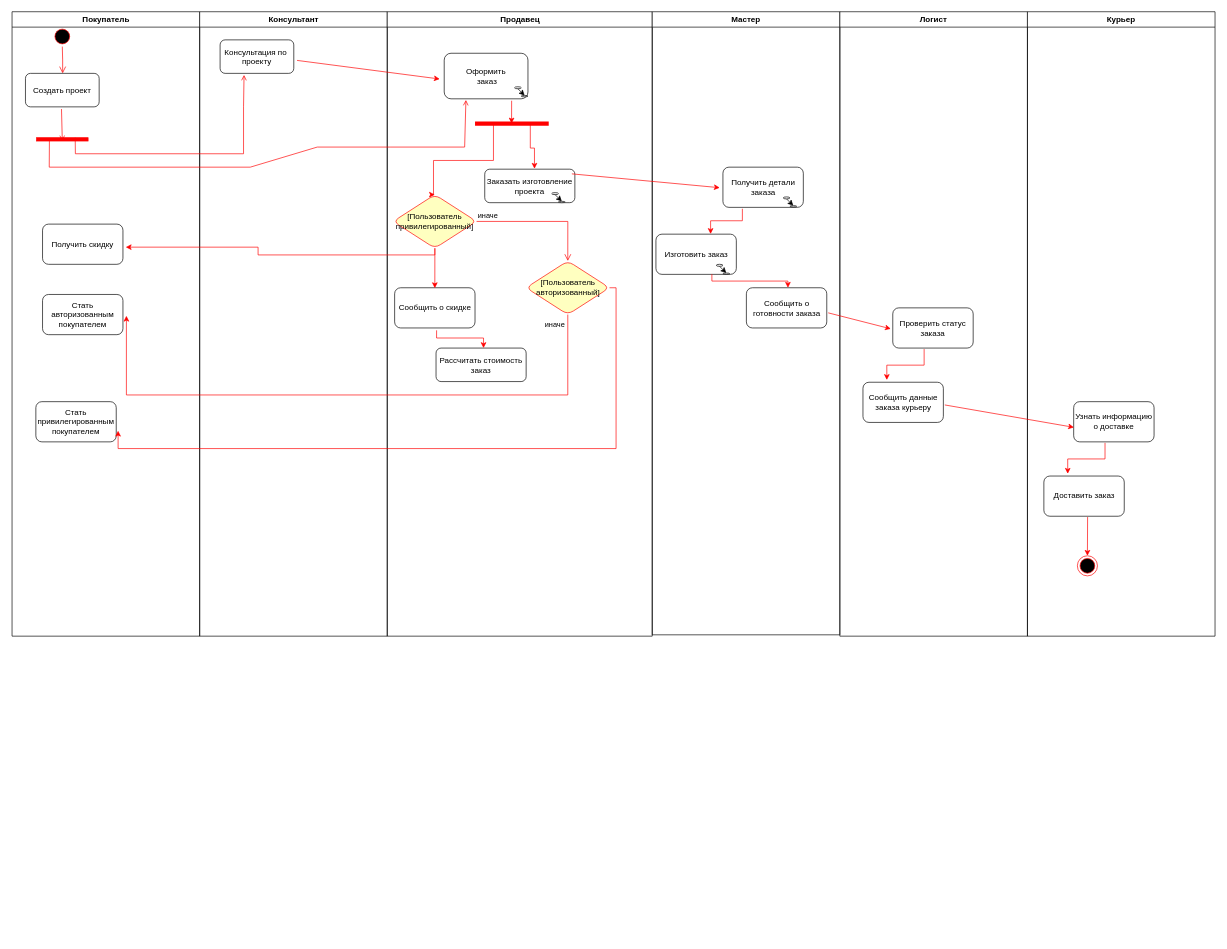
The draw.io diagram activity diagram.drawio in shatanov/IT-exams, before the edit. Source tidied: cells renumbered, new cells numbered last; positions are measured from the earlier drawing's top-left corner, leaving out a move shared by most shapes. Both pictures are drawn from the tidied source at 67%, with x=0, y=0 at pixel (11, 11).
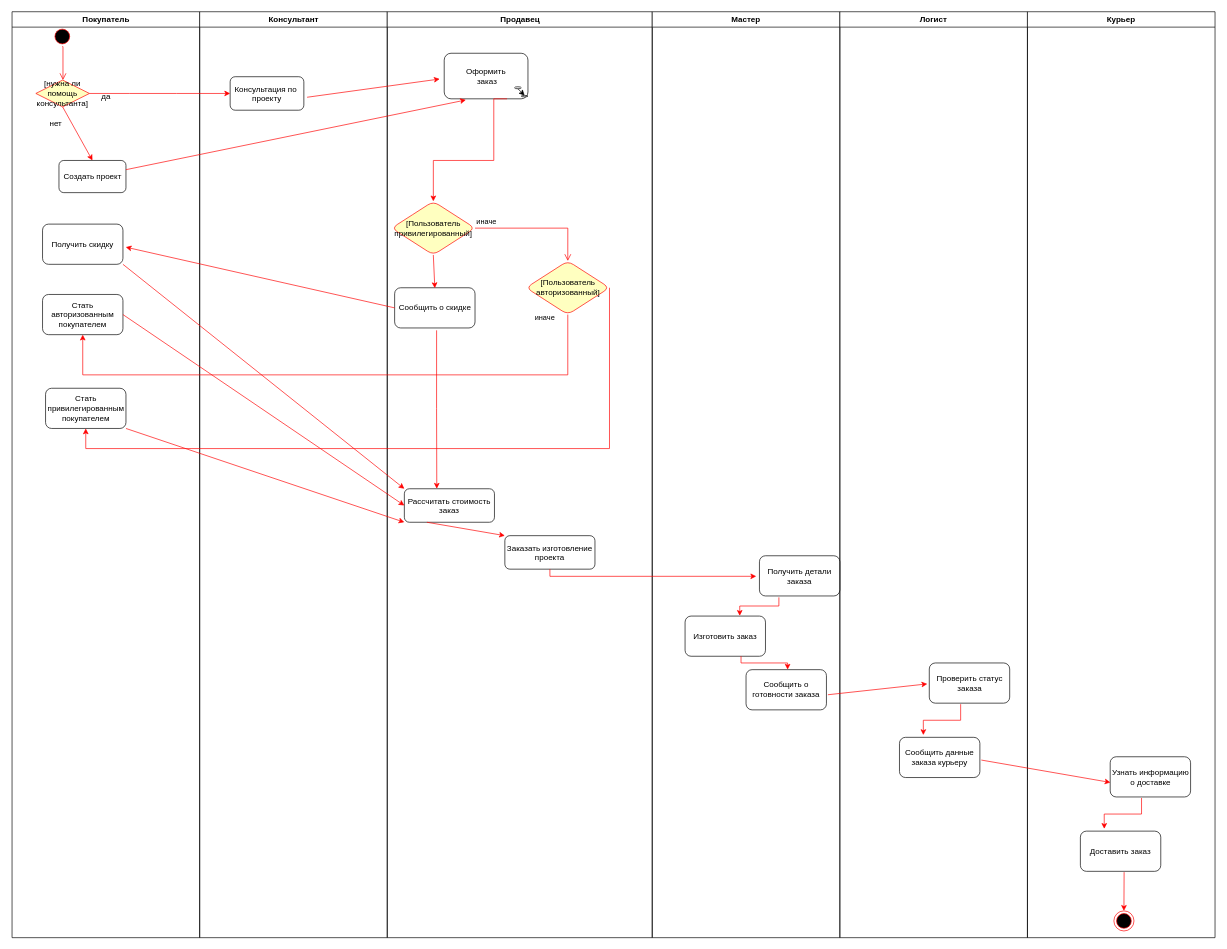
The same diagram, later.

The change refers to these unchanged cells:
```xml
<mxCell id="3" style="ellipse;shape=startState;fillColor=#000000;strokeColor=#ff0000;" parent="2" vertex="1">
  <mxGeometry x="60" y="22" width="30" height="30" as="geometry" />
</mxCell>
<mxCell id="8" value="Получить скидку" style="rounded=1;whiteSpace=wrap;html=1;" parent="2" vertex="1">
  <mxGeometry x="45.5" y="317" width="120" height="60" as="geometry" />
</mxCell>
<mxCell id="9" value="Стать авторизованным покупателем" style="rounded=1;whiteSpace=wrap;html=1;" parent="2" vertex="1">
  <mxGeometry x="45.5" y="422" width="120" height="60" as="geometry" />
</mxCell>
<mxCell id="14" value="Оформить&#10; заказ" style="rounded=1;" parent="13" vertex="1">
  <mxGeometry x="85" y="62" width="125" height="68" as="geometry" />
</mxCell>
<mxCell id="29" value="Сообщить о скидке" style="rounded=1;whiteSpace=wrap;html=1;" parent="13" vertex="1">
  <mxGeometry x="11" y="412" width="120" height="60" as="geometry" />
</mxCell>
<mxCell id="32" value="[Пользователь&lt;br&gt;авторизованный]" style="rhombus;whiteSpace=wrap;html=1;fillColor=#ffffc0;strokeColor=#ff0000;rounded=1;" parent="13" vertex="1">
  <mxGeometry x="207.2" y="372" width="124.5" height="80" as="geometry" />
</mxCell>
```

The edit, as a diff of the source:
```diff
@@
     <mxCell id="2" value="Покупатель" style="swimlane;whiteSpace=wrap;startSize=23;" parent="1" vertex="1">
-      <mxGeometry x="0.5" width="280" height="932" as="geometry" />
+      <mxGeometry x="0.5" width="280" height="1382" as="geometry" />
     </mxCell>
@@
-    <mxCell id="4" style="edgeStyle=elbowEdgeStyle;elbow=horizontal;verticalAlign=bottom;endArrow=open;endSize=8;strokeColor=#FF0000;endFill=1;rounded=0;" parent="2" edge="1" source="3" target="5">
-      <mxGeometry x="100" y="40" as="geometry" />
-    </mxCell>
-    <mxCell id="5" value="Создать проект" style="rounded=1;" parent="2" vertex="1">
-      <mxGeometry x="20" y="92" width="110" height="50" as="geometry" />
-    </mxCell>
-    <mxCell id="6" style="whiteSpace=wrap;strokeColor=#FF0000;fillColor=#FF0000;rotation=90;" parent="2" vertex="1">
-      <mxGeometry x="72.5" y="152" width="5" height="77" as="geometry" />
-    </mxCell>
-    <mxCell id="7" style="edgeStyle=none;strokeColor=#FF0000;endArrow=open;endFill=1;rounded=0;exitX=0.489;exitY=1.065;exitDx=0;exitDy=0;entryX=1;entryY=0.5;entryDx=0;entryDy=0;exitPerimeter=0;" parent="2" edge="1" source="5" target="6">
-      <mxGeometry relative="1" as="geometry" />
-    </mxCell>
@@
     <mxCell id="10" value="Стать привилегированным&lt;br&gt;покупателем" style="rounded=1;whiteSpace=wrap;html=1;" parent="2" vertex="1">
-      <mxGeometry x="35.5" y="582" width="120" height="60" as="geometry" />
+      <mxGeometry x="50" y="562" width="120" height="60" as="geometry" />
     </mxCell>
+    <mxCell id="4" style="edgeStyle=elbowEdgeStyle;elbow=horizontal;verticalAlign=bottom;endArrow=open;endSize=8;strokeColor=#FF0000;endFill=1;rounded=0;exitX=0.5;exitY=1;exitDx=0;exitDy=0;" parent="2" edge="1" source="3">
+      <mxGeometry x="100" y="40" as="geometry">
+        <mxPoint x="75.5" y="102" as="targetPoint" />
+        <Array as="points">
+          <mxPoint x="76" y="92" />
+        </Array>
+      </mxGeometry>
+    </mxCell>
+    <mxCell id="65" style="endArrow=classic;html=1;rounded=0;strokeColor=#FF0000;entryX=0.5;entryY=0;entryDx=0;entryDy=0;exitX=0.5;exitY=1;exitDx=0;exitDy=0;" parent="2" edge="1" source="66" target="5">
+      <mxGeometry relative="1" as="geometry" />
+    </mxCell>
+    <mxCell id="66" value="[нужна ли помощь консультанта]" style="rhombus;whiteSpace=wrap;html=1;fillColor=#ffffc0;strokeColor=#ff0000;" parent="2" vertex="1">
+      <mxGeometry x="35.5" y="102" width="80" height="40" as="geometry" />
+    </mxCell>
+    <mxCell id="67" value="да" style="text;html=1;strokeColor=none;fillColor=none;align=center;verticalAlign=middle;whiteSpace=wrap;rounded=0;" parent="2" vertex="1">
+      <mxGeometry x="110" y="112" width="60" height="30" as="geometry" />
+    </mxCell>
+    <mxCell id="68" value="нет" style="text;html=1;strokeColor=none;fillColor=none;align=center;verticalAlign=middle;whiteSpace=wrap;rounded=0;" parent="2" vertex="1">
+      <mxGeometry x="35.5" y="152" width="60" height="30" as="geometry" />
+    </mxCell>
+    <mxCell id="5" value="Создать проект" style="rounded=1;whiteSpace=wrap;html=1;" parent="2" vertex="1">
+      <mxGeometry x="70" y="222" width="100" height="48" as="geometry" />
+    </mxCell>
     <mxCell id="11" value="Консультант" style="swimlane;whiteSpace=wrap;" parent="1" vertex="1">
-      <mxGeometry x="280.5" width="280" height="932" as="geometry" />
+      <mxGeometry x="280.5" width="280" height="1382" as="geometry" />
     </mxCell>
     <mxCell id="12" value="Консультация по &#10;проекту" style="rounded=1;" parent="11" vertex="1">
-      <mxGeometry x="30.5" y="42" width="110" height="50" as="geometry" />
+      <mxGeometry x="45.5" y="97" width="110" height="50" as="geometry" />
     </mxCell>
     <mxCell id="13" value="Продавец" style="swimlane;whiteSpace=wrap;" parent="1" vertex="1">
-      <mxGeometry x="560.5" width="395.5" height="932" as="geometry" />
+      <mxGeometry x="560.5" width="395.5" height="1382" as="geometry" />
     </mxCell>
@@
     <mxCell id="15" value="Рассчитать стоимость&#10;заказ" style="rounded=1;" parent="13" vertex="1">
-      <mxGeometry x="72.8" y="502" width="134.5" height="50" as="geometry" />
+      <mxGeometry x="25.5" y="712" width="134.5" height="50" as="geometry" />
     </mxCell>
@@
     <mxCell id="19" value="Заказать изготовление&#10;проекта" style="rounded=1;" parent="13" vertex="1">
-      <mxGeometry x="145.5" y="235" width="134.5" height="50" as="geometry" />
+      <mxGeometry x="175.5" y="782" width="134.5" height="50" as="geometry" />
     </mxCell>
-    <mxCell id="20" style="ellipse;whiteSpace=wrap;html=1;rounded=1;" parent="13" vertex="1">
-      <mxGeometry x="245.5" y="270" width="10" height="3" as="geometry" />
-    </mxCell>
-    <mxCell id="21" style="ellipse;whiteSpace=wrap;html=1;rounded=1;" parent="13" vertex="1">
-      <mxGeometry x="255.5" y="283" width="10" height="2" as="geometry" />
-    </mxCell>
-    <mxCell id="22" style="endArrow=classic;html=1;rounded=0;exitX=0.5;exitY=1;exitDx=0;exitDy=0;entryX=0.5;entryY=0;entryDx=0;entryDy=0;" parent="13" edge="1" source="20" target="21">
-      <mxGeometry relative="1" as="geometry" />
-    </mxCell>
-    <mxCell id="23" style="edgeStyle=orthogonalEdgeStyle;rounded=0;jettySize=auto;html=1;strokeColor=#FF0000;entryX=0.5;entryY=0;entryDx=0;entryDy=0;exitX=0.25;exitY=0.5;exitDx=0;exitDy=0;exitPerimeter=0;" parent="13" edge="1" source="24" target="26">
+    <mxCell id="23" style="edgeStyle=orthogonalEdgeStyle;rounded=0;jettySize=auto;html=1;strokeColor=#FF0000;entryX=0.5;entryY=0;entryDx=0;entryDy=0;exitX=0.75;exitY=1;exitDx=0;exitDy=0;" parent="13" edge="1" source="14" target="26">
       <mxGeometry relative="1" as="geometry">
         <Array as="points">
+          <mxPoint x="159" y="130" />
           <mxPoint x="159" y="222" />
           <mxPoint x="69" y="222" />
         </Array>
       </mxGeometry>
     </mxCell>
-    <mxCell id="24" style="shape=line;html=1;strokeWidth=6;strokeColor=#ff0000;rounded=1;" parent="13" vertex="1">
-      <mxGeometry x="131" y="162" width="110" height="10" as="geometry" />
-    </mxCell>
-    <mxCell id="25" style="endArrow=classic;html=1;rounded=0;strokeColor=#FF0000;entryX=0.552;entryY=-0.015;entryDx=0;entryDy=0;entryPerimeter=0;exitX=0.75;exitY=0.5;exitDx=0;exitDy=0;exitPerimeter=0;edgeStyle=orthogonalEdgeStyle;" parent="13" edge="1" source="24" target="19">
-      <mxGeometry relative="1" as="geometry" />
-    </mxCell>
     <mxCell id="26" value="[Пользователь&lt;br&gt;привилегированный]" style="rhombus;whiteSpace=wrap;html=1;fillColor=#ffffc0;strokeColor=#ff0000;rounded=1;" parent="13" vertex="1">
-      <mxGeometry x="8.8" y="273" width="124.5" height="80" as="geometry" />
+      <mxGeometry x="6.5" y="283" width="124.5" height="80" as="geometry" />
     </mxCell>
@@
-    <mxCell id="28" style="endArrow=classic;html=1;rounded=0;strokeColor=#FF0000;entryX=0.496;entryY=0.477;entryDx=0;entryDy=0;entryPerimeter=0;exitX=0.805;exitY=1.042;exitDx=0;exitDy=0;exitPerimeter=0;" parent="13" edge="1" source="14" target="24">
-      <mxGeometry relative="1" as="geometry" />
-    </mxCell>
@@
-    <mxCell id="31" style="endArrow=classic;html=1;rounded=0;strokeColor=#FF0000;exitX=0.522;exitY=1.059;exitDx=0;exitDy=0;exitPerimeter=0;entryX=0.527;entryY=-0.001;entryDx=0;entryDy=0;entryPerimeter=0;edgeStyle=orthogonalEdgeStyle;" parent="13" edge="1" source="29" target="15">
+    <mxCell id="31" style="endArrow=classic;html=1;rounded=0;strokeColor=#FF0000;exitX=0.522;exitY=1.059;exitDx=0;exitDy=0;exitPerimeter=0;edgeStyle=orthogonalEdgeStyle;entryX=0.36;entryY=-0.002;entryDx=0;entryDy=0;entryPerimeter=0;" parent="13" edge="1" source="29" target="15">
       <mxGeometry relative="1" as="geometry" />
     </mxCell>
@@
     <mxCell id="33" value="&lt;font style=&quot;font-size: 11px&quot;&gt;иначе&lt;/font&gt;" style="text;html=1;strokeColor=none;fillColor=none;align=center;verticalAlign=middle;whiteSpace=wrap;rounded=0;" parent="13" vertex="1">
-      <mxGeometry x="230.5" y="462" width="40" height="10" as="geometry" />
+      <mxGeometry x="215.5" y="452" width="40" height="10" as="geometry" />
     </mxCell>
-    <mxCell id="34" style="endArrow=open;strokeColor=#FF0000;endFill=1;rounded=0;exitX=0;exitY=0.25;exitDx=0;exitDy=0;entryX=0.325;entryY=1.047;entryDx=0;entryDy=0;entryPerimeter=0;" parent="1" edge="1" source="6" target="12">
-      <mxGeometry relative="1" as="geometry">
-        <Array as="points">
-          <mxPoint x="95" y="212" />
-          <mxPoint x="346" y="212" />
-          <mxPoint x="346" y="142" />
-        </Array>
-      </mxGeometry>
-    </mxCell>
+    <mxCell id="69" style="endArrow=classic;html=1;rounded=0;strokeColor=#FF0000;exitX=0.25;exitY=1;exitDx=0;exitDy=0;entryX=0;entryY=0;entryDx=0;entryDy=0;" parent="13" edge="1" source="15" target="19">
+      <mxGeometry relative="1" as="geometry" />
+    </mxCell>
-    <mxCell id="35" style="endArrow=open;strokeColor=#FF0000;endFill=1;rounded=0;exitX=1;exitY=0.75;exitDx=0;exitDy=0;entryX=0.259;entryY=1.025;entryDx=0;entryDy=0;entryPerimeter=0;" parent="1" edge="1" source="6" target="14">
-      <mxGeometry relative="1" as="geometry">
-        <Array as="points">
-          <mxPoint x="56" y="232" />
-          <mxPoint x="356" y="232" />
-          <mxPoint x="456" y="202" />
-          <mxPoint x="566" y="202" />
-          <mxPoint x="676" y="202" />
-        </Array>
-      </mxGeometry>
+    <mxCell id="35" style="endArrow=classic;strokeColor=#FF0000;endFill=1;rounded=0;entryX=0.259;entryY=1.025;entryDx=0;entryDy=0;entryPerimeter=0;startArrow=none;" parent="1" edge="1" source="5" target="14">
+      <mxGeometry relative="1" as="geometry" />
     </mxCell>
     <mxCell id="36" value="Мастер" style="swimlane;whiteSpace=wrap;" parent="1" vertex="1">
-      <mxGeometry x="956" width="280" height="930" as="geometry" />
+      <mxGeometry x="956" width="280" height="1382" as="geometry" />
     </mxCell>
     <mxCell id="37" value="Изготовить заказ" style="rounded=1;whiteSpace=wrap;html=1;" parent="36" vertex="1">
-      <mxGeometry x="5.5" y="332" width="120" height="60" as="geometry" />
+      <mxGeometry x="49" y="902" width="120" height="60" as="geometry" />
     </mxCell>
     <mxCell id="38" value="Сообщить о готовности заказа" style="rounded=1;whiteSpace=wrap;html=1;" parent="36" vertex="1">
-      <mxGeometry x="140.5" y="412" width="120" height="60" as="geometry" />
+      <mxGeometry x="140" y="982" width="120" height="60" as="geometry" />
     </mxCell>
     <mxCell id="39" value="Получить детали заказа" style="rounded=1;whiteSpace=wrap;html=1;" parent="36" vertex="1">
-      <mxGeometry x="105.5" y="232" width="120" height="60" as="geometry" />
+      <mxGeometry x="160" y="812" width="120" height="60" as="geometry" />
     </mxCell>
-    <mxCell id="40" style="ellipse;whiteSpace=wrap;html=1;rounded=1;" parent="36" vertex="1">
-      <mxGeometry x="195.5" y="276.4" width="10" height="3" as="geometry" />
-    </mxCell>
-    <mxCell id="41" style="ellipse;whiteSpace=wrap;html=1;rounded=1;" parent="36" vertex="1">
-      <mxGeometry x="205.5" y="289.4" width="10" height="2" as="geometry" />
-    </mxCell>
-    <mxCell id="42" style="endArrow=classic;html=1;rounded=0;exitX=0.5;exitY=1;exitDx=0;exitDy=0;entryX=0.5;entryY=0;entryDx=0;entryDy=0;" parent="36" edge="1" source="40" target="41">
-      <mxGeometry relative="1" as="geometry" />
-    </mxCell>
-    <mxCell id="43" style="ellipse;whiteSpace=wrap;html=1;rounded=1;" parent="36" vertex="1">
-      <mxGeometry x="95.5" y="377" width="10" height="3" as="geometry" />
-    </mxCell>
-    <mxCell id="44" style="ellipse;whiteSpace=wrap;html=1;rounded=1;" parent="36" vertex="1">
-      <mxGeometry x="105.5" y="390" width="10" height="2" as="geometry" />
-    </mxCell>
-    <mxCell id="45" style="endArrow=classic;html=1;rounded=0;exitX=0.5;exitY=1;exitDx=0;exitDy=0;entryX=0.5;entryY=0;entryDx=0;entryDy=0;" parent="36" edge="1" source="43" target="44">
-      <mxGeometry relative="1" as="geometry" />
-    </mxCell>
@@
     <mxCell id="48" value="Логист" style="swimlane;whiteSpace=wrap;" parent="1" vertex="1">
-      <mxGeometry x="1236" width="280" height="932" as="geometry" />
+      <mxGeometry x="1236" width="280" height="1382" as="geometry" />
     </mxCell>
     <mxCell id="49" value="Сообщить данные заказа курьеру" style="rounded=1;whiteSpace=wrap;html=1;" parent="48" vertex="1">
-      <mxGeometry x="34.5" y="553" width="120" height="60" as="geometry" />
+      <mxGeometry x="89" y="1083" width="120" height="60" as="geometry" />
     </mxCell>
     <mxCell id="50" value="Проверить статус заказа" style="rounded=1;whiteSpace=wrap;html=1;" parent="48" vertex="1">
-      <mxGeometry x="79" y="442" width="120" height="60" as="geometry" />
+      <mxGeometry x="133.5" y="972" width="120" height="60" as="geometry" />
     </mxCell>
@@
     <mxCell id="52" value="Курьер" style="swimlane;whiteSpace=wrap;" parent="1" vertex="1">
-      <mxGeometry x="1516" width="280" height="932" as="geometry" />
+      <mxGeometry x="1516" width="280" height="1382" as="geometry" />
     </mxCell>
     <mxCell id="53" value="Доставить заказ" style="rounded=1;whiteSpace=wrap;html=1;" parent="52" vertex="1">
-      <mxGeometry x="24.5" y="693" width="120" height="60" as="geometry" />
+      <mxGeometry x="79" y="1223" width="120" height="60" as="geometry" />
     </mxCell>
     <mxCell id="54" value="Узнать информацию о доставке" style="rounded=1;whiteSpace=wrap;html=1;" parent="52" vertex="1">
-      <mxGeometry x="69" y="582" width="120" height="60" as="geometry" />
+      <mxGeometry x="123.5" y="1112" width="120" height="60" as="geometry" />
     </mxCell>
@@
     <mxCell id="56" style="ellipse;html=1;shape=endState;fillColor=#000000;strokeColor=#ff0000;rounded=1;" parent="52" vertex="1">
-      <mxGeometry x="74.5" y="812" width="30" height="30" as="geometry" />
+      <mxGeometry x="129" y="1342" width="30" height="30" as="geometry" />
     </mxCell>
@@
-    <mxCell id="60" style="endArrow=classic;html=1;rounded=0;strokeColor=#FF0000;entryX=-0.04;entryY=0.511;entryDx=0;entryDy=0;entryPerimeter=0;" parent="1" edge="1" target="39">
-      <mxGeometry relative="1" as="geometry">
-        <mxPoint x="836" y="242" as="sourcePoint" />
-      </mxGeometry>
+    <mxCell id="60" style="endArrow=classic;html=1;rounded=0;strokeColor=#FF0000;entryX=-0.04;entryY=0.511;entryDx=0;entryDy=0;entryPerimeter=0;exitX=0.5;exitY=1;exitDx=0;exitDy=0;edgeStyle=orthogonalEdgeStyle;" parent="1" edge="1" source="19" target="39">
+      <mxGeometry relative="1" as="geometry" />
     </mxCell>
-    <mxCell id="61" style="endArrow=classic;html=1;rounded=0;strokeColor=#FF0000;entryX=1.035;entryY=0.573;entryDx=0;entryDy=0;entryPerimeter=0;exitX=0.5;exitY=1;exitDx=0;exitDy=0;edgeStyle=orthogonalEdgeStyle;" parent="1" edge="1" source="26" target="8">
+    <mxCell id="61" style="endArrow=classic;html=1;rounded=0;strokeColor=#FF0000;entryX=1.035;entryY=0.573;entryDx=0;entryDy=0;entryPerimeter=0;exitX=0;exitY=0.5;exitDx=0;exitDy=0;" parent="1" edge="1" source="29" target="8">
       <mxGeometry relative="1" as="geometry" />
     </mxCell>
-    <mxCell id="62" style="endArrow=classic;html=1;rounded=0;strokeColor=#FF0000;exitX=0.5;exitY=1;exitDx=0;exitDy=0;entryX=1.043;entryY=0.531;entryDx=0;entryDy=0;entryPerimeter=0;edgeStyle=elbowEdgeStyle;" parent="1" edge="1" source="32" target="9">
+    <mxCell id="62" style="endArrow=classic;html=1;rounded=0;strokeColor=#FF0000;exitX=0.5;exitY=1;exitDx=0;exitDy=0;entryX=0.5;entryY=1;entryDx=0;entryDy=0;edgeStyle=elbowEdgeStyle;" parent="1" edge="1" source="32" target="9">
       <mxGeometry relative="1" as="geometry">
         <Array as="points">
-          <mxPoint x="501" y="572" />
+          <mxPoint x="456" y="542" />
         </Array>
       </mxGeometry>
     </mxCell>
-    <mxCell id="63" style="endArrow=classic;html=1;rounded=0;fontSize=11;strokeColor=#FF0000;exitX=1;exitY=0.5;exitDx=0;exitDy=0;entryX=1.023;entryY=0.723;entryDx=0;entryDy=0;entryPerimeter=0;edgeStyle=orthogonalEdgeStyle;" parent="1" edge="1" source="32" target="10">
+    <mxCell id="63" style="endArrow=classic;html=1;rounded=0;fontSize=11;strokeColor=#FF0000;entryX=0.5;entryY=1;entryDx=0;entryDy=0;edgeStyle=orthogonalEdgeStyle;exitX=1;exitY=0.5;exitDx=0;exitDy=0;" parent="1" edge="1" source="32" target="10">
       <mxGeometry relative="1" as="geometry">
         <Array as="points">
-          <mxPoint x="902" y="412" />
-          <mxPoint x="902" y="652" />
-          <mxPoint x="159" y="652" />
+          <mxPoint x="892" y="652" />
+          <mxPoint x="110" y="652" />
         </Array>
       </mxGeometry>
     </mxCell>
@@
+    <mxCell id="70" style="endArrow=classic;html=1;rounded=0;strokeColor=#FF0000;entryX=0;entryY=0.5;entryDx=0;entryDy=0;exitX=1;exitY=0.5;exitDx=0;exitDy=0;" parent="1" edge="1" source="66" target="12">
+      <mxGeometry relative="1" as="geometry">
+        <Array as="points">
+          <mxPoint x="176" y="122" />
+          <mxPoint x="246" y="122" />
+        </Array>
+      </mxGeometry>
+    </mxCell>
+    <mxCell id="71" style="endArrow=classic;html=1;rounded=0;strokeColor=#FF0000;exitX=1;exitY=0.5;exitDx=0;exitDy=0;entryX=0;entryY=0.5;entryDx=0;entryDy=0;" parent="1" edge="1" source="9" target="15">
+      <mxGeometry relative="1" as="geometry" />
+    </mxCell>
+    <mxCell id="72" style="endArrow=classic;html=1;rounded=0;strokeColor=#FF0000;exitX=1;exitY=1;exitDx=0;exitDy=0;entryX=0;entryY=0;entryDx=0;entryDy=0;" parent="1" edge="1" source="8" target="15">
+      <mxGeometry relative="1" as="geometry" />
+    </mxCell>
+    <mxCell id="73" style="endArrow=classic;html=1;rounded=0;strokeColor=#FF0000;exitX=1;exitY=1;exitDx=0;exitDy=0;entryX=0;entryY=1;entryDx=0;entryDy=0;" parent="1" edge="1" source="10" target="15">
+      <mxGeometry relative="1" as="geometry" />
+    </mxCell>
```
